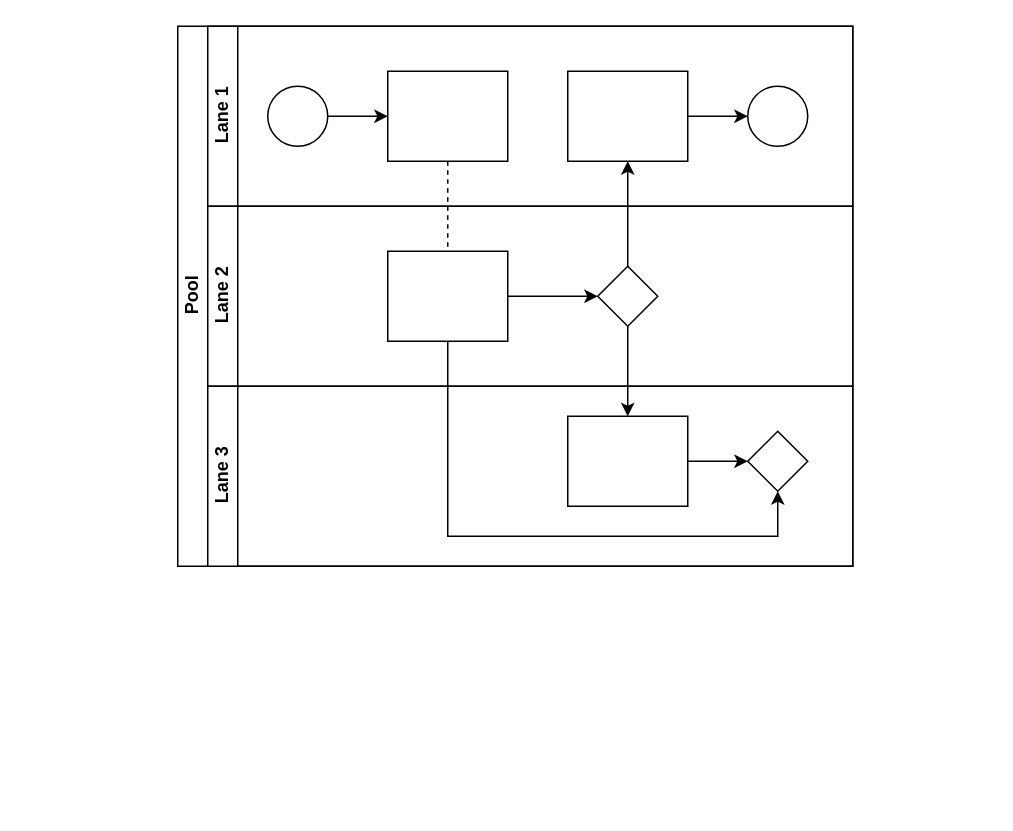
Above: Untitled Diagram.drawio in BinhTHB/ERD (draw.io), before the change. Source tidied: cells renumbered, new cells numbered last; positions are measured from the earlier drawing's top-left corner, leaving out a move shared by most shapes. Both pictures are drawn from the tidied source at 150%, with x=0, y=0 at pixel (177, 26).
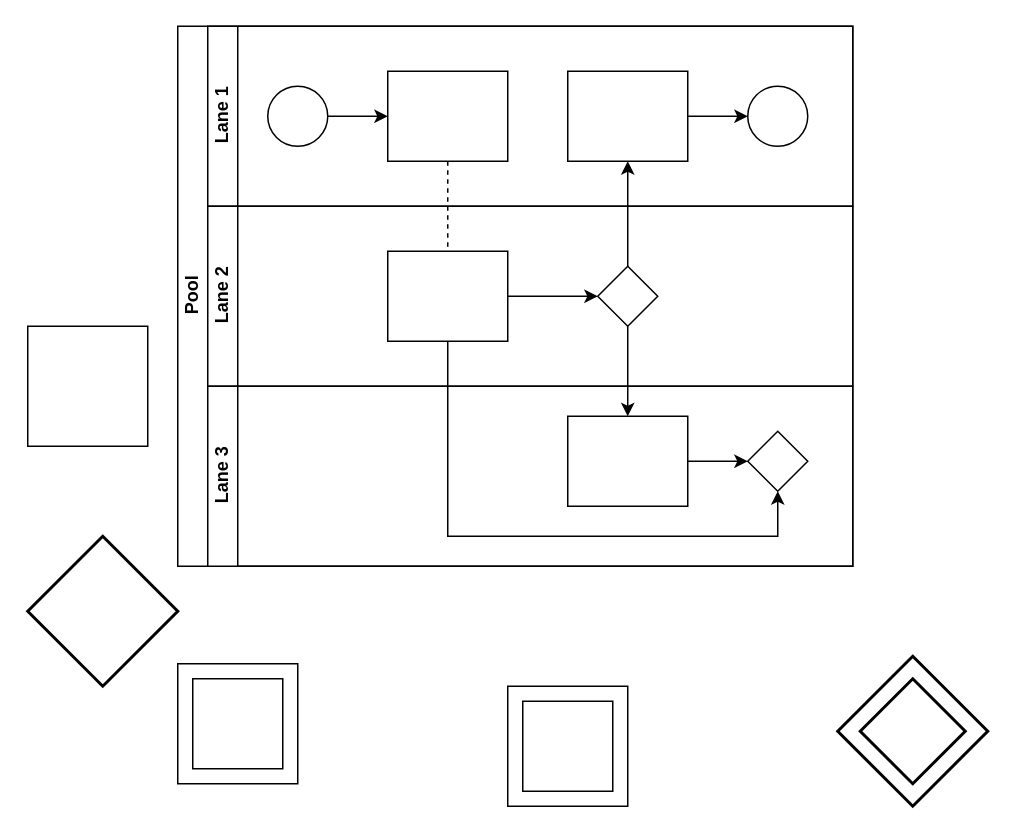
Above is the later version.

What changed in the source:
```diff
@@
+    <mxCell id="22" style="whiteSpace=wrap;html=1;" parent="1" vertex="1">
+      <mxGeometry y="425" width="80" height="80" as="geometry" />
+    </mxCell>
+    <mxCell id="23" style="whiteSpace=wrap;html=1;" parent="1" vertex="1">
+      <mxGeometry x="10" y="435" width="60" height="60" as="geometry" />
+    </mxCell>
+    <mxCell id="24" style="whiteSpace=wrap;html=1;" parent="1" vertex="1">
+      <mxGeometry x="220" y="440" width="80" height="80" as="geometry" />
+    </mxCell>
+    <mxCell id="25" style="whiteSpace=wrap;html=1;" parent="1" vertex="1">
+      <mxGeometry x="230" y="450" width="60" height="60" as="geometry" />
+    </mxCell>
+    <mxCell id="26" style="strokeWidth=2;html=1;shape=mxgraph.flowchart.decision;whiteSpace=wrap;" parent="1" vertex="1">
+      <mxGeometry x="440" y="420" width="100" height="100" as="geometry" />
+    </mxCell>
+    <mxCell id="27" style="strokeWidth=2;html=1;shape=mxgraph.flowchart.decision;whiteSpace=wrap;" parent="1" vertex="1">
+      <mxGeometry x="455" y="435" width="70" height="70" as="geometry" />
+    </mxCell>
+    <mxCell id="28" style="whiteSpace=wrap;html=1;" parent="1" vertex="1">
+      <mxGeometry x="-100" y="200" width="80" height="80" as="geometry" />
+    </mxCell>
+    <mxCell id="29" style="strokeWidth=2;html=1;shape=mxgraph.flowchart.decision;whiteSpace=wrap;" parent="1" vertex="1">
+      <mxGeometry x="-100" y="340" width="100" height="100" as="geometry" />
+    </mxCell>
```
